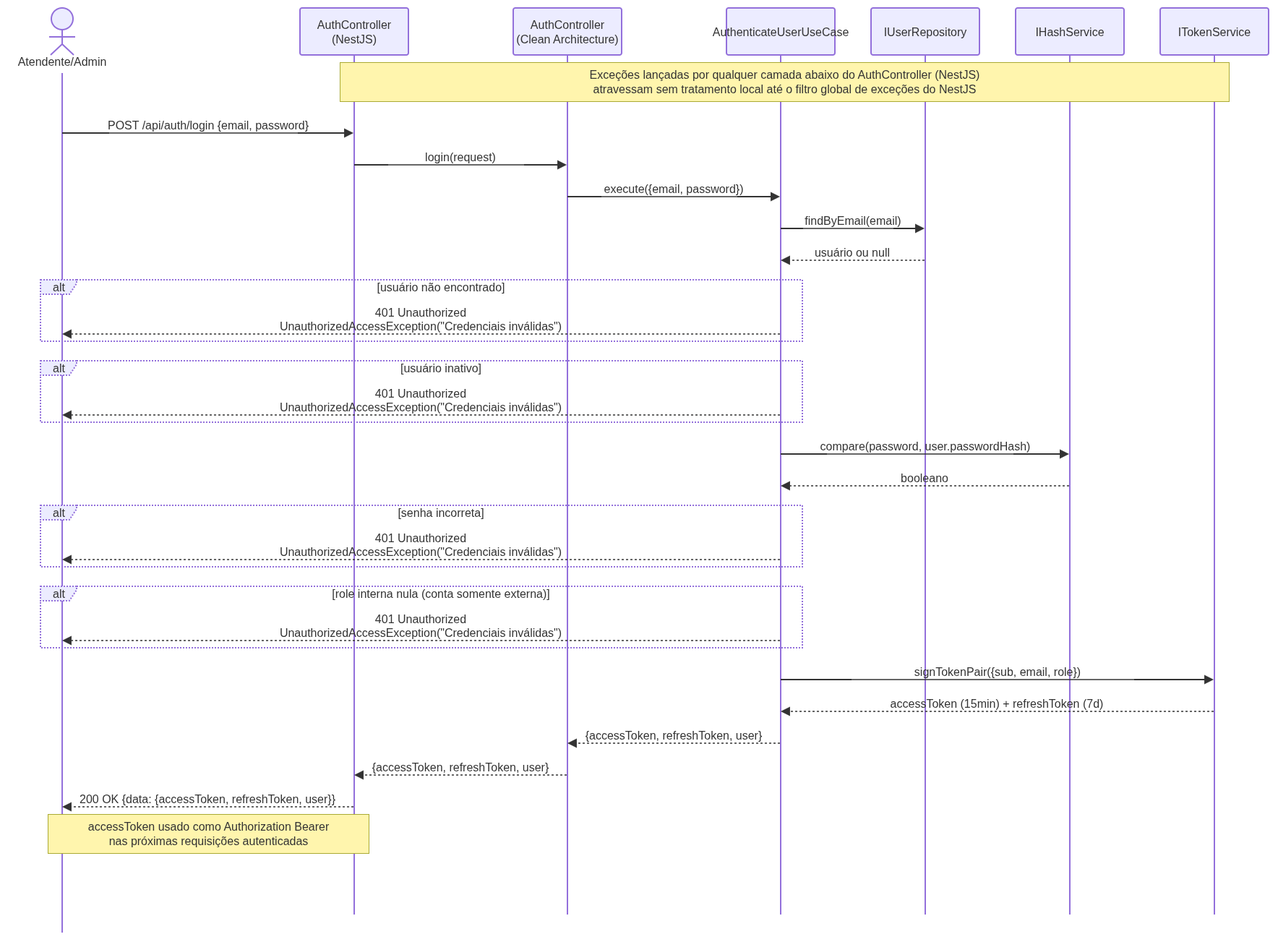
The draw.io diagram docs/diagrams/login-sequence.png in FIAP-15SOAT/oficina-mecanica-app, before a commit. Source tidied: cells renumbered, new cells last; positions are measured from the earlier drawing's top-left corner, leaving out a move shared by most shapes.
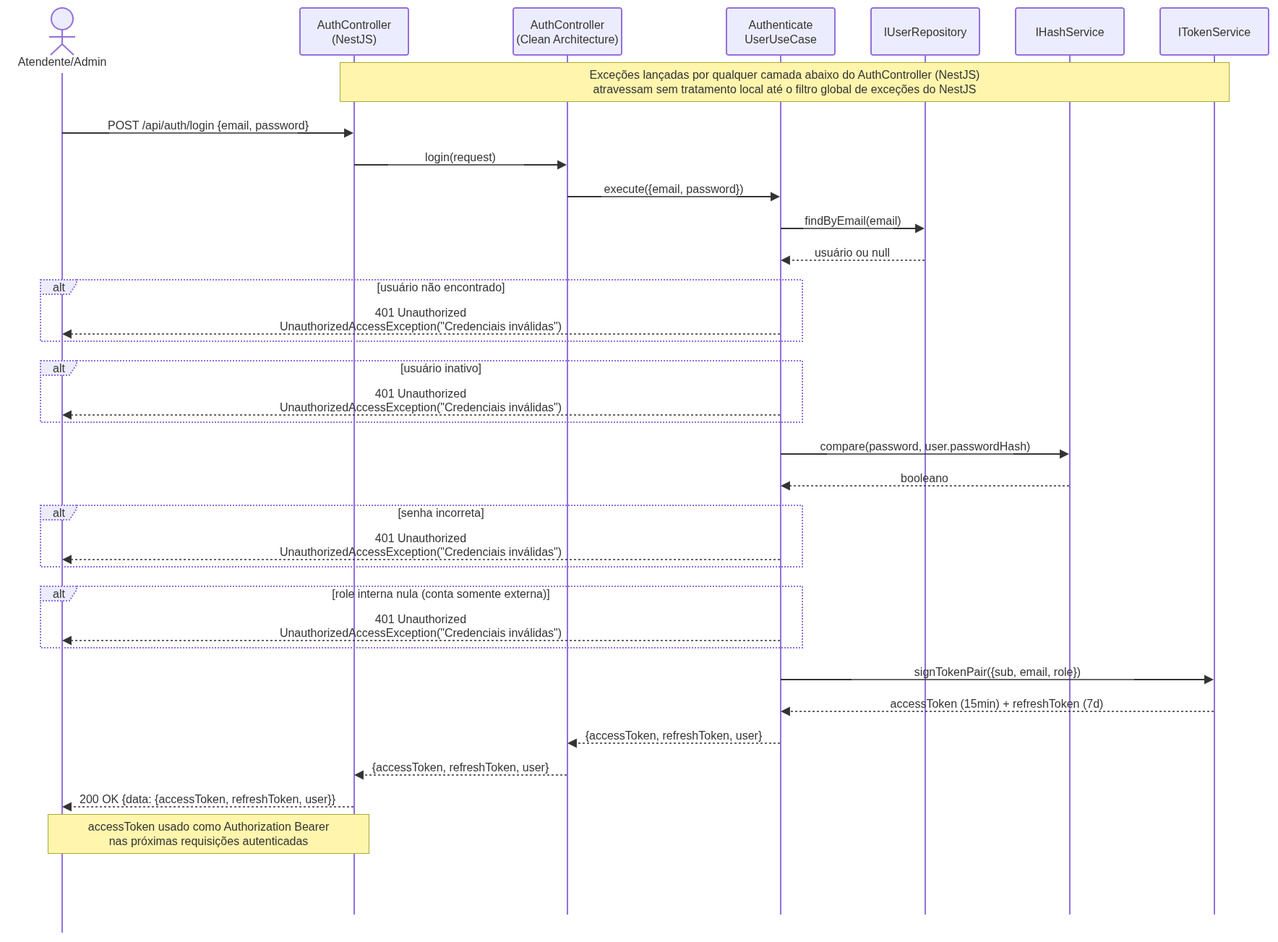
After the change.

Commit message:
fix: word-wrap long identifiers to stop overflowing sequence-diagram boxes

Change to the diagram source:
```diff
@@ -11,7 +11,7 @@
     <mxCell id="4" value="AuthController (Clean Architecture)" style="html=1;shape=umlLifeline;perimeter=lifelinePerimeter;whiteSpace=wrap;outlineConnect=0;portConstraint=eastwest;newEdgeStyle={&quot;edgeStyle&quot;:&quot;elbowEdgeStyle&quot;,&quot;elbow&quot;:&quot;vertical&quot;,&quot;curved&quot;:0,&quot;rounded&quot;:0};lifelineDashed=0;strokeWidth=2;rounded=1;absoluteArcSize=1;arcSize=6;lifelineColor=light-dark(#9370DB,#cccccc);size=65;lifelineMirror=0;fillColor=light-dark(#ECECFF,#1f2020);strokeColor=light-dark(#9370DB,#cccccc);fontColor=light-dark(#333333,#cccccc);fontFamily=Trebuchet MS,Verdana,Arial,sans-serif;fontSize=16;" parent="1" vertex="1">
       <mxGeometry x="699" width="150" height="1254" as="geometry" />
     </mxCell>
-    <mxCell id="5" value="AuthenticateUserUseCase" style="html=1;shape=umlLifeline;perimeter=lifelinePerimeter;whiteSpace=wrap;outlineConnect=0;portConstraint=eastwest;newEdgeStyle={&quot;edgeStyle&quot;:&quot;elbowEdgeStyle&quot;,&quot;elbow&quot;:&quot;vertical&quot;,&quot;curved&quot;:0,&quot;rounded&quot;:0};lifelineDashed=0;strokeWidth=2;rounded=1;absoluteArcSize=1;arcSize=6;lifelineColor=light-dark(#9370DB,#cccccc);size=65;lifelineMirror=0;fillColor=light-dark(#ECECFF,#1f2020);strokeColor=light-dark(#9370DB,#cccccc);fontColor=light-dark(#333333,#cccccc);fontFamily=Trebuchet MS,Verdana,Arial,sans-serif;fontSize=16;" parent="1" vertex="1">
+    <mxCell id="5" value="Authenticate&#10;UserUseCase" style="html=1;shape=umlLifeline;perimeter=lifelinePerimeter;whiteSpace=wrap;outlineConnect=0;portConstraint=eastwest;newEdgeStyle={&quot;edgeStyle&quot;:&quot;elbowEdgeStyle&quot;,&quot;elbow&quot;:&quot;vertical&quot;,&quot;curved&quot;:0,&quot;rounded&quot;:0};lifelineDashed=0;strokeWidth=2;rounded=1;absoluteArcSize=1;arcSize=6;lifelineColor=light-dark(#9370DB,#cccccc);size=65;lifelineMirror=0;fillColor=light-dark(#ECECFF,#1f2020);strokeColor=light-dark(#9370DB,#cccccc);fontColor=light-dark(#333333,#cccccc);fontFamily=Trebuchet MS,Verdana,Arial,sans-serif;fontSize=16;" parent="1" vertex="1">
       <mxGeometry x="994" width="150" height="1254" as="geometry" />
     </mxCell>
     <mxCell id="6" value="IUserRepository" style="html=1;shape=umlLifeline;perimeter=lifelinePerimeter;whiteSpace=wrap;outlineConnect=0;portConstraint=eastwest;newEdgeStyle={&quot;edgeStyle&quot;:&quot;elbowEdgeStyle&quot;,&quot;elbow&quot;:&quot;vertical&quot;,&quot;curved&quot;:0,&quot;rounded&quot;:0};lifelineDashed=0;strokeWidth=2;rounded=1;absoluteArcSize=1;arcSize=6;lifelineColor=light-dark(#9370DB,#cccccc);size=65;lifelineMirror=0;fillColor=light-dark(#ECECFF,#1f2020);strokeColor=light-dark(#9370DB,#cccccc);fontColor=light-dark(#333333,#cccccc);fontFamily=Trebuchet MS,Verdana,Arial,sans-serif;fontSize=16;" parent="1" vertex="1">
```
